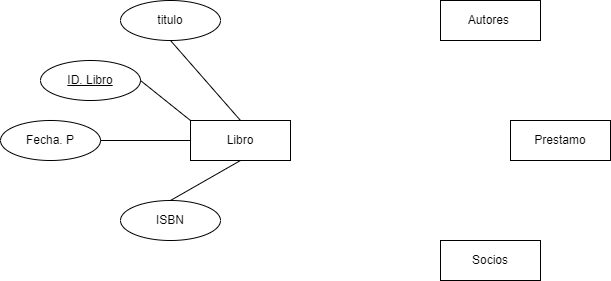
Earlier version of the draw.io export Biblioteca.drawio.png (skies120/Nuevo-Proyecto). Source tidied: cells renumbered, new cells last; positions are measured from the earlier drawing's top-left corner, leaving out a move shared by most shapes. Its diagram source:
```xml
<mxGraphModel>
  <root>
    <mxCell id="0" />
    <mxCell id="1" parent="0" />
    <mxCell id="2" value="Libro" style="whiteSpace=wrap;html=1;align=center;" parent="1" vertex="1">
      <mxGeometry x="190" y="120" width="100" height="40" as="geometry" />
    </mxCell>
    <mxCell id="3" value="Autores&amp;nbsp;" style="whiteSpace=wrap;html=1;align=center;" parent="1" vertex="1">
      <mxGeometry x="440" width="100" height="40" as="geometry" />
    </mxCell>
    <mxCell id="4" value="Prestamo" style="whiteSpace=wrap;html=1;align=center;" parent="1" vertex="1">
      <mxGeometry x="510" y="120" width="100" height="40" as="geometry" />
    </mxCell>
    <mxCell id="5" value="Socios" style="whiteSpace=wrap;html=1;align=center;" parent="1" vertex="1">
      <mxGeometry x="440" y="240" width="100" height="40" as="geometry" />
    </mxCell>
    <mxCell id="6" value="titulo" style="ellipse;whiteSpace=wrap;html=1;align=center;" parent="1" vertex="1">
      <mxGeometry x="120" width="100" height="40" as="geometry" />
    </mxCell>
    <mxCell id="7" value="Fecha. P" style="ellipse;whiteSpace=wrap;html=1;align=center;" parent="1" vertex="1">
      <mxGeometry y="120" width="100" height="40" as="geometry" />
    </mxCell>
    <mxCell id="8" value="ISBN" style="ellipse;whiteSpace=wrap;html=1;align=center;" parent="1" vertex="1">
      <mxGeometry x="120" y="200" width="100" height="40" as="geometry" />
    </mxCell>
    <mxCell id="9" style="endArrow=none;html=1;rounded=0;" parent="1" edge="1">
      <mxGeometry relative="1" as="geometry">
        <mxPoint x="100" y="140" as="sourcePoint" />
        <mxPoint x="190" y="140" as="targetPoint" />
      </mxGeometry>
    </mxCell>
    <mxCell id="10" style="endArrow=none;html=1;rounded=0;exitX=0.5;exitY=1;exitDx=0;exitDy=0;entryX=0.5;entryY=0;entryDx=0;entryDy=0;" parent="1" edge="1" source="6" target="2">
      <mxGeometry relative="1" as="geometry" />
    </mxCell>
    <mxCell id="11" style="endArrow=none;html=1;rounded=0;exitX=0.5;exitY=1;exitDx=0;exitDy=0;entryX=0.5;entryY=0;entryDx=0;entryDy=0;" parent="1" edge="1" source="2" target="8">
      <mxGeometry relative="1" as="geometry" />
    </mxCell>
    <mxCell id="12" value="ID. Libro" style="ellipse;whiteSpace=wrap;html=1;align=center;fontStyle=4;" parent="1" vertex="1">
      <mxGeometry x="40" y="60" width="100" height="40" as="geometry" />
    </mxCell>
    <mxCell id="13" style="endArrow=none;html=1;rounded=0;entryX=0;entryY=0;entryDx=0;entryDy=0;" parent="1" edge="1" target="2">
      <mxGeometry relative="1" as="geometry">
        <mxPoint x="140" y="80" as="sourcePoint" />
      </mxGeometry>
    </mxCell>
  </root>
</mxGraphModel>
```
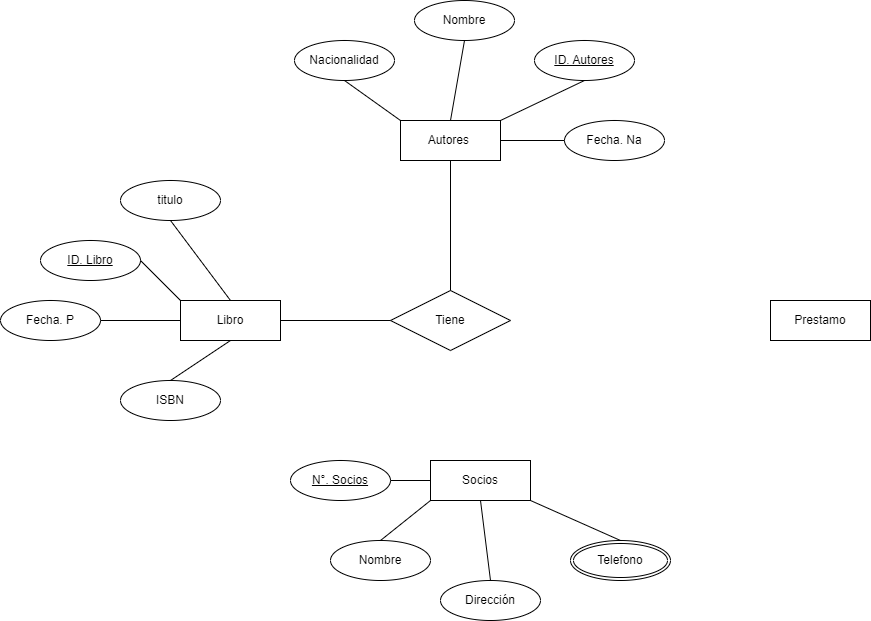
Above is the later version.

Change to the diagram source:
```diff
@@ -3,30 +3,29 @@
     <mxCell id="0" />
     <mxCell id="1" parent="0" />
     <mxCell id="2" value="Libro" style="whiteSpace=wrap;html=1;align=center;" parent="1" vertex="1">
-      <mxGeometry x="190" y="120" width="100" height="40" as="geometry" />
+      <mxGeometry x="10" y="320" width="100" height="40" as="geometry" />
     </mxCell>
     <mxCell id="3" value="Autores&amp;nbsp;" style="whiteSpace=wrap;html=1;align=center;" parent="1" vertex="1">
-      <mxGeometry x="440" width="100" height="40" as="geometry" />
+      <mxGeometry x="230" y="140" width="100" height="40" as="geometry" />
     </mxCell>
     <mxCell id="4" value="Prestamo" style="whiteSpace=wrap;html=1;align=center;" parent="1" vertex="1">
-      <mxGeometry x="510" y="120" width="100" height="40" as="geometry" />
+      <mxGeometry x="600" y="320" width="100" height="40" as="geometry" />
     </mxCell>
     <mxCell id="5" value="Socios" style="whiteSpace=wrap;html=1;align=center;" parent="1" vertex="1">
-      <mxGeometry x="440" y="240" width="100" height="40" as="geometry" />
+      <mxGeometry x="260" y="480" width="100" height="40" as="geometry" />
     </mxCell>
     <mxCell id="6" value="titulo" style="ellipse;whiteSpace=wrap;html=1;align=center;" parent="1" vertex="1">
-      <mxGeometry x="120" width="100" height="40" as="geometry" />
+      <mxGeometry x="-50" y="200" width="100" height="40" as="geometry" />
     </mxCell>
     <mxCell id="7" value="Fecha. P" style="ellipse;whiteSpace=wrap;html=1;align=center;" parent="1" vertex="1">
-      <mxGeometry y="120" width="100" height="40" as="geometry" />
+      <mxGeometry x="-170" y="320" width="100" height="40" as="geometry" />
     </mxCell>
     <mxCell id="8" value="ISBN" style="ellipse;whiteSpace=wrap;html=1;align=center;" parent="1" vertex="1">
-      <mxGeometry x="120" y="200" width="100" height="40" as="geometry" />
+      <mxGeometry x="-50" y="400" width="100" height="40" as="geometry" />
     </mxCell>
-    <mxCell id="9" style="endArrow=none;html=1;rounded=0;" parent="1" edge="1">
+    <mxCell id="9" style="endArrow=none;html=1;rounded=0;entryX=0;entryY=0.5;entryDx=0;entryDy=0;" parent="1" edge="1" target="2">
       <mxGeometry relative="1" as="geometry">
-        <mxPoint x="100" y="140" as="sourcePoint" />
-        <mxPoint x="190" y="140" as="targetPoint" />
+        <mxPoint x="-70" y="340" as="sourcePoint" />
       </mxGeometry>
     </mxCell>
     <mxCell id="10" style="endArrow=none;html=1;rounded=0;exitX=0.5;exitY=1;exitDx=0;exitDy=0;entryX=0.5;entryY=0;entryDx=0;entryDy=0;" parent="1" edge="1" source="6" target="2">
@@ -36,12 +35,69 @@
       <mxGeometry relative="1" as="geometry" />
     </mxCell>
     <mxCell id="12" value="ID. Libro" style="ellipse;whiteSpace=wrap;html=1;align=center;fontStyle=4;" parent="1" vertex="1">
-      <mxGeometry x="40" y="60" width="100" height="40" as="geometry" />
+      <mxGeometry x="-130" y="260" width="100" height="40" as="geometry" />
     </mxCell>
     <mxCell id="13" style="endArrow=none;html=1;rounded=0;entryX=0;entryY=0;entryDx=0;entryDy=0;" parent="1" edge="1" target="2">
       <mxGeometry relative="1" as="geometry">
-        <mxPoint x="140" y="80" as="sourcePoint" />
+        <mxPoint x="-30" y="280" as="sourcePoint" />
       </mxGeometry>
     </mxCell>
+    <mxCell id="14" value="Nombre" style="ellipse;whiteSpace=wrap;html=1;align=center;" parent="1" vertex="1">
+      <mxGeometry x="244" y="20" width="100" height="40" as="geometry" />
+    </mxCell>
+    <mxCell id="15" value="Nacionalidad" style="ellipse;whiteSpace=wrap;html=1;align=center;" parent="1" vertex="1">
+      <mxGeometry x="124" y="60" width="100" height="40" as="geometry" />
+    </mxCell>
+    <mxCell id="16" value="Fecha. Na" style="ellipse;whiteSpace=wrap;html=1;align=center;" parent="1" vertex="1">
+      <mxGeometry x="394" y="140" width="100" height="40" as="geometry" />
+    </mxCell>
+    <mxCell id="17" style="endArrow=none;html=1;rounded=0;exitX=0.5;exitY=1;exitDx=0;exitDy=0;entryX=0;entryY=0;entryDx=0;entryDy=0;" parent="1" edge="1" source="15" target="3">
+      <mxGeometry relative="1" as="geometry" />
+    </mxCell>
+    <mxCell id="18" style="endArrow=none;html=1;rounded=0;exitX=0.5;exitY=1;exitDx=0;exitDy=0;entryX=0.5;entryY=0;entryDx=0;entryDy=0;" parent="1" edge="1" source="14" target="3">
+      <mxGeometry relative="1" as="geometry" />
+    </mxCell>
+    <mxCell id="19" value="ID. Autores" style="ellipse;whiteSpace=wrap;html=1;align=center;fontStyle=4;" parent="1" vertex="1">
+      <mxGeometry x="364" y="60" width="100" height="40" as="geometry" />
+    </mxCell>
+    <mxCell id="20" style="endArrow=none;html=1;rounded=0;exitX=1;exitY=0;exitDx=0;exitDy=0;entryX=0.5;entryY=1;entryDx=0;entryDy=0;" parent="1" edge="1" source="3" target="19">
+      <mxGeometry relative="1" as="geometry" />
+    </mxCell>
+    <mxCell id="21" style="endArrow=none;html=1;rounded=0;exitX=1;exitY=0.5;exitDx=0;exitDy=0;entryX=0;entryY=0.5;entryDx=0;entryDy=0;" parent="1" edge="1" source="3" target="16">
+      <mxGeometry relative="1" as="geometry" />
+    </mxCell>
+    <mxCell id="22" value="N°. Socios" style="ellipse;whiteSpace=wrap;html=1;align=center;fontStyle=4;" parent="1" vertex="1">
+      <mxGeometry x="120" y="480" width="100" height="40" as="geometry" />
+    </mxCell>
+    <mxCell id="23" value="Nombre" style="ellipse;whiteSpace=wrap;html=1;align=center;" parent="1" vertex="1">
+      <mxGeometry x="160" y="560" width="100" height="40" as="geometry" />
+    </mxCell>
+    <mxCell id="24" value="Dirección" style="ellipse;whiteSpace=wrap;html=1;align=center;" parent="1" vertex="1">
+      <mxGeometry x="270" y="600" width="100" height="40" as="geometry" />
+    </mxCell>
+    <mxCell id="25" value="Telefono" style="ellipse;shape=doubleEllipse;margin=3;whiteSpace=wrap;html=1;align=center;" parent="1" vertex="1">
+      <mxGeometry x="400" y="560" width="100" height="40" as="geometry" />
+    </mxCell>
+    <mxCell id="26" style="endArrow=none;html=1;rounded=0;exitX=1;exitY=0.5;exitDx=0;exitDy=0;entryX=0;entryY=0.5;entryDx=0;entryDy=0;" parent="1" edge="1" source="22" target="5">
+      <mxGeometry relative="1" as="geometry" />
+    </mxCell>
+    <mxCell id="27" style="endArrow=none;html=1;rounded=0;exitX=0.5;exitY=0;exitDx=0;exitDy=0;entryX=0;entryY=1;entryDx=0;entryDy=0;" parent="1" edge="1" source="23" target="5">
+      <mxGeometry relative="1" as="geometry" />
+    </mxCell>
+    <mxCell id="28" style="endArrow=none;html=1;rounded=0;exitX=0.5;exitY=0;exitDx=0;exitDy=0;entryX=0.5;entryY=1;entryDx=0;entryDy=0;" parent="1" edge="1" source="24" target="5">
+      <mxGeometry relative="1" as="geometry" />
+    </mxCell>
+    <mxCell id="29" style="endArrow=none;html=1;rounded=0;exitX=1;exitY=1;exitDx=0;exitDy=0;entryX=0.5;entryY=0;entryDx=0;entryDy=0;" parent="1" edge="1" source="5" target="25">
+      <mxGeometry relative="1" as="geometry" />
+    </mxCell>
+    <mxCell id="30" value="Tiene" style="shape=rhombus;perimeter=rhombusPerimeter;whiteSpace=wrap;html=1;align=center;" parent="1" vertex="1">
+      <mxGeometry x="220" y="310" width="120" height="60" as="geometry" />
+    </mxCell>
+    <mxCell id="31" style="endArrow=none;html=1;rounded=0;exitX=1;exitY=0.5;exitDx=0;exitDy=0;entryX=0;entryY=0.5;entryDx=0;entryDy=0;" parent="1" edge="1" source="2" target="30">
+      <mxGeometry relative="1" as="geometry" />
+    </mxCell>
+    <mxCell id="32" style="endArrow=none;html=1;rounded=0;exitX=0.5;exitY=1;exitDx=0;exitDy=0;entryX=0.5;entryY=0;entryDx=0;entryDy=0;" parent="1" edge="1" source="3" target="30">
+      <mxGeometry relative="1" as="geometry" />
+    </mxCell>
   </root>
 </mxGraphModel>
```
